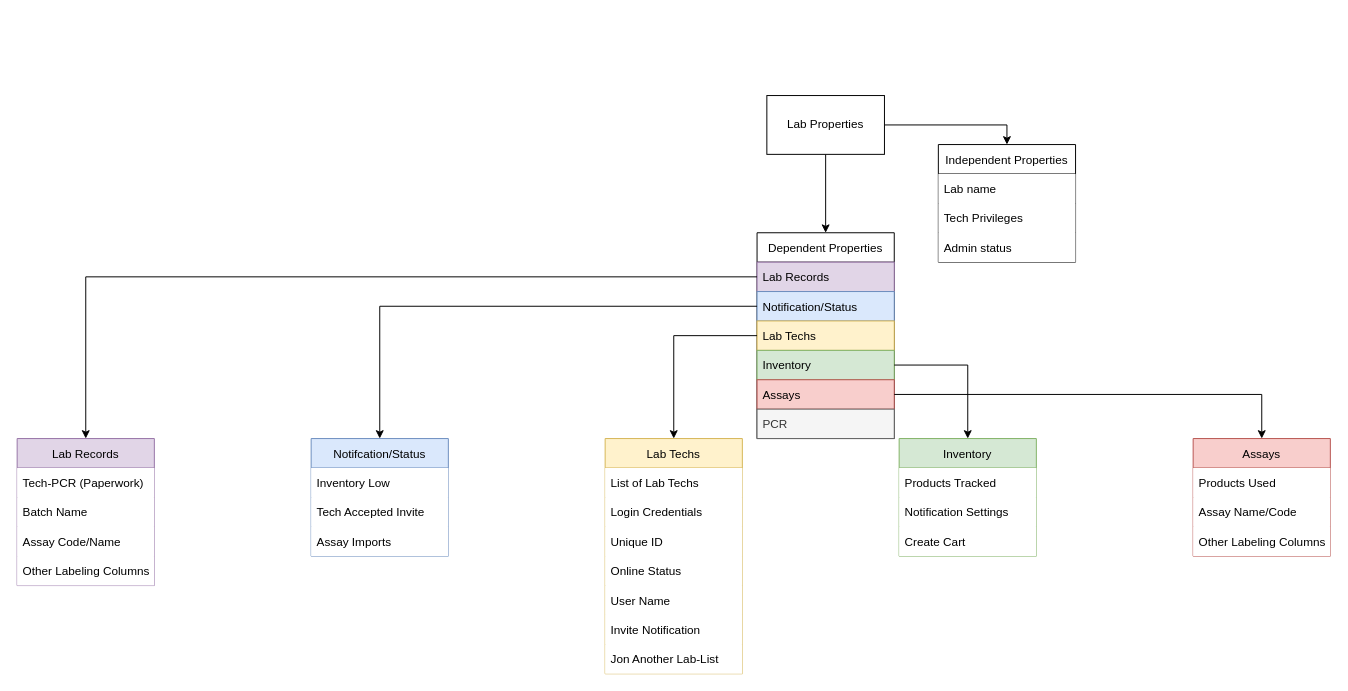
This is page "Properties" (2 of 3) of Untitled Diagram.drawio from FusRaDa/pcr-paperwork-website-draw, a draw.io file, before an edit. Source tidied: cells renumbered, new cells numbered last; positions are measured from the earlier drawing's top-left corner, leaving out a move shared by most shapes. Both pictures are drawn from the tidied source at 98%, with x=0, y=0 at pixel (17, 95).
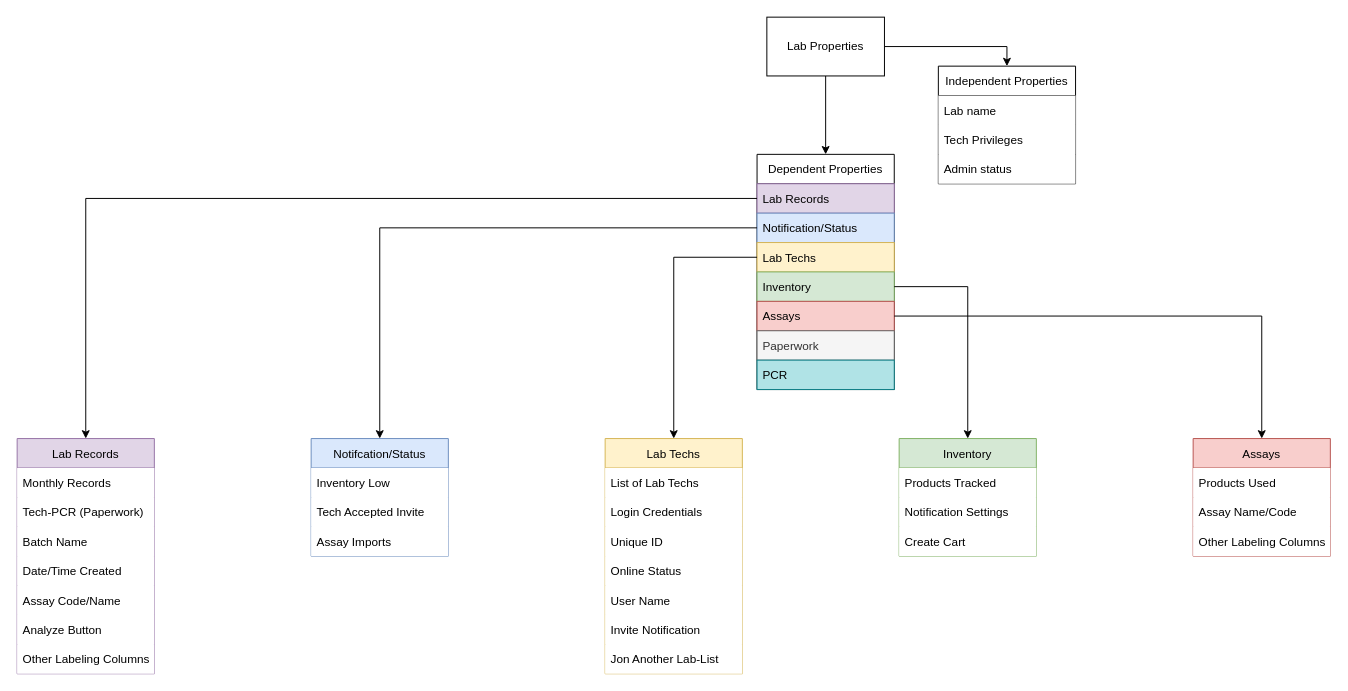
The same page after the edit.

The change refers to these unchanged cells:
```xml
<mxCell id="12" value="Lab Techs" style="text;strokeColor=#d6b656;fillColor=#fff2cc;align=left;verticalAlign=middle;spacingLeft=4;spacingRight=4;overflow=hidden;points=[[0,0.5],[1,0.5]];portConstraint=eastwest;" parent="9" vertex="1">
  <mxGeometry y="90" width="140" height="30" as="geometry" />
</mxCell>
<mxCell id="13" value="Inventory" style="text;strokeColor=#82b366;fillColor=#d5e8d4;align=left;verticalAlign=middle;spacingLeft=4;spacingRight=4;overflow=hidden;points=[[0,0.5],[1,0.5]];portConstraint=eastwest;" parent="9" vertex="1">
  <mxGeometry y="120" width="140" height="30" as="geometry" />
</mxCell>
<mxCell id="26" value="Lab Techs" style="swimlane;fontStyle=0;horizontal=1;startSize=30;fillColor=#fff2cc;strokeColor=#d6b656;" parent="1" vertex="1">
  <mxGeometry x="600" y="350" width="140" height="240" as="geometry" />
</mxCell>
<mxCell id="34" value="Inventory" style="swimlane;fontStyle=0;horizontal=1;startSize=30;fillColor=#d5e8d4;strokeColor=#82b366;" parent="1" vertex="1">
  <mxGeometry x="900" y="350" width="140" height="120" as="geometry" />
</mxCell>
```

Change to the diagram source:
```diff
@@
     <mxCell id="4" value="Lab Properties" style="rounded=0;whiteSpace=wrap;html=1;" parent="1" vertex="1">
-      <mxGeometry x="765" width="120" height="60" as="geometry" />
+      <mxGeometry x="765" y="-80" width="120" height="60" as="geometry" />
     </mxCell>
     <mxCell id="5" value="Independent Properties" style="swimlane;fontStyle=0;horizontal=1;startSize=30;" parent="1" vertex="1">
-      <mxGeometry x="940" y="50" width="140" height="120" as="geometry" />
+      <mxGeometry x="940" y="-30" width="140" height="120" as="geometry" />
     </mxCell>
@@
     <mxCell id="9" value="Dependent Properties" style="swimlane;fontStyle=0;horizontal=1;startSize=30;" parent="1" vertex="1">
-      <mxGeometry x="755" y="140" width="140" height="210" as="geometry" />
+      <mxGeometry x="755" y="60" width="140" height="240" as="geometry" />
     </mxCell>
@@
-    <mxCell id="15" value="PCR" style="text;strokeColor=#666666;fillColor=#f5f5f5;align=left;verticalAlign=middle;spacingLeft=4;spacingRight=4;overflow=hidden;fontColor=#333333;" parent="9" vertex="1">
+    <mxCell id="15" value="Paperwork" style="text;strokeColor=#666666;fillColor=#f5f5f5;align=left;verticalAlign=middle;spacingLeft=4;spacingRight=4;overflow=hidden;fontColor=#333333;" parent="9" vertex="1">
       <mxGeometry y="180" width="140" height="30" as="geometry" />
     </mxCell>
+    <mxCell id="46" value="PCR" style="text;strokeColor=#0e8088;fillColor=#b0e3e6;align=left;verticalAlign=middle;spacingLeft=4;spacingRight=4;overflow=hidden;" parent="9" vertex="1">
+      <mxGeometry y="210" width="140" height="30" as="geometry" />
+    </mxCell>
     <mxCell id="16" value="Lab Records" style="swimlane;fontStyle=0;horizontal=1;startSize=30;fillColor=#e1d5e7;strokeColor=#9673a6;" parent="1" vertex="1">
-      <mxGeometry y="350" width="140" height="150" as="geometry" />
+      <mxGeometry y="350" width="140" height="240" as="geometry" />
     </mxCell>
-    <mxCell id="17" value="Tech-PCR (Paperwork)" style="text;align=left;verticalAlign=middle;spacingLeft=4;spacingRight=4;overflow=hidden;fillColor=default;" parent="16" vertex="1">
+    <mxCell id="17" value="Monthly Records" style="text;align=left;verticalAlign=middle;spacingLeft=4;spacingRight=4;overflow=hidden;fillColor=default;" parent="16" vertex="1">
       <mxGeometry y="30" width="140" height="30" as="geometry" />
     </mxCell>
+    <mxCell id="47" value="Tech-PCR (Paperwork)" style="text;align=left;verticalAlign=middle;spacingLeft=4;spacingRight=4;overflow=hidden;fillColor=default;" parent="16" vertex="1">
+      <mxGeometry y="60" width="140" height="30" as="geometry" />
+    </mxCell>
     <mxCell id="18" value="Batch Name " style="text;align=left;verticalAlign=middle;spacingLeft=4;spacingRight=4;overflow=hidden;fillColor=default;" parent="16" vertex="1">
-      <mxGeometry y="60" width="140" height="30" as="geometry" />
+      <mxGeometry y="90" width="140" height="30" as="geometry" />
     </mxCell>
+    <mxCell id="48" value="Date/Time Created" style="text;align=left;verticalAlign=middle;spacingLeft=4;spacingRight=4;overflow=hidden;fillColor=default;" parent="16" vertex="1">
+      <mxGeometry y="120" width="140" height="30" as="geometry" />
+    </mxCell>
     <mxCell id="19" value="Assay Code/Name" style="text;align=left;verticalAlign=middle;spacingLeft=4;spacingRight=4;overflow=hidden;fillColor=default;" parent="16" vertex="1">
-      <mxGeometry y="90" width="140" height="30" as="geometry" />
+      <mxGeometry y="150" width="140" height="30" as="geometry" />
     </mxCell>
+    <mxCell id="49" value="Analyze Button" style="text;align=left;verticalAlign=middle;spacingLeft=4;spacingRight=4;overflow=hidden;fillColor=default;" parent="16" vertex="1">
+      <mxGeometry y="180" width="140" height="30" as="geometry" />
+    </mxCell>
     <mxCell id="20" value="Other Labeling Columns" style="text;align=left;verticalAlign=middle;spacingLeft=4;spacingRight=4;overflow=hidden;fillColor=default;" parent="16" vertex="1">
-      <mxGeometry y="120" width="140" height="30" as="geometry" />
+      <mxGeometry y="210" width="140" height="30" as="geometry" />
     </mxCell>
@@
     <mxCell id="38" style="edgeStyle=orthogonalEdgeStyle;rounded=0;jettySize=auto;html=1;entryX=0.5;entryY=0;entryDx=0;entryDy=0;" parent="1" edge="1" source="13" target="34">
       <mxGeometry relative="1" as="geometry">
         <Array as="points">
-          <mxPoint x="970" y="275" />
+          <mxPoint x="970" y="195" />
         </Array>
       </mxGeometry>
     </mxCell>
@@
     <mxCell id="40" style="edgeStyle=orthogonalEdgeStyle;rounded=0;jettySize=auto;html=1;entryX=0.5;entryY=0;entryDx=0;entryDy=0;" parent="1" edge="1" source="12" target="26">
       <mxGeometry relative="1" as="geometry">
         <Array as="points">
-          <mxPoint x="670" y="245" />
+          <mxPoint x="670" y="165" />
         </Array>
       </mxGeometry>
     </mxCell>
```
